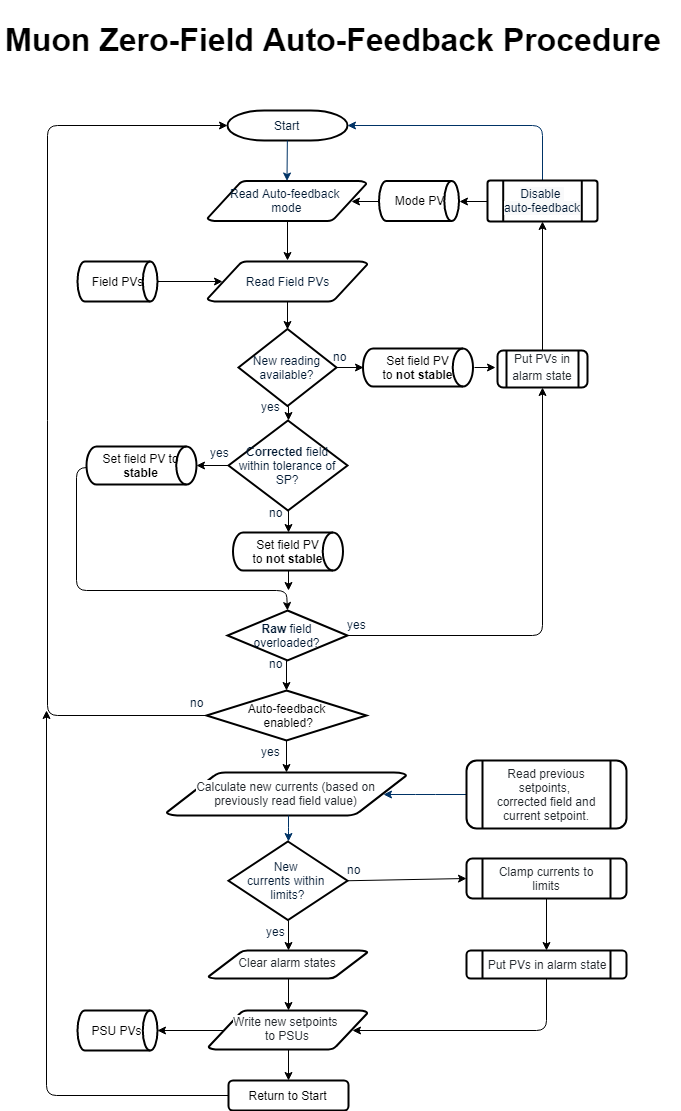
Above: images/Muon_Zero-Field_Auto-Feedback_Procedure_Flowchart.png in ISISComputingGroup/ibex_developers_manual (draw.io), before the change. Source tidied: cells renumbered, new cells last; positions are measured from the earlier drawing's top-left corner, leaving out a move shared by most shapes.
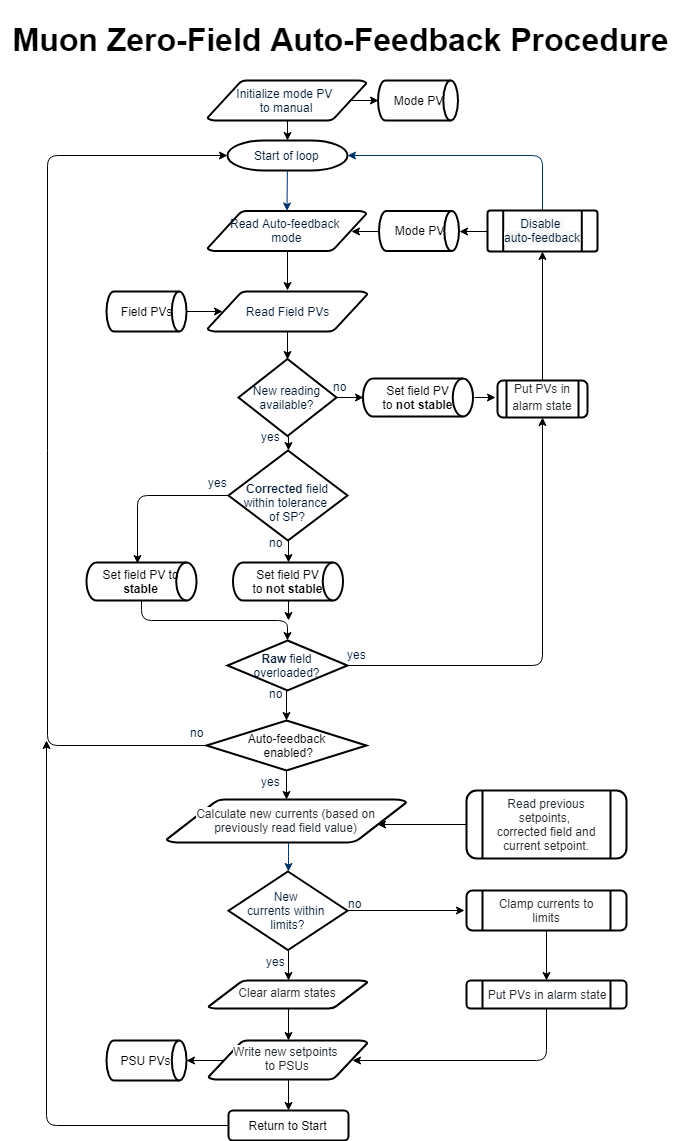
Later version of the same file.

Change to the diagram source:
```diff
@@ -2,7 +2,7 @@
   <root>
     <mxCell id="0" />
     <mxCell id="1" parent="0" />
-    <mxCell id="2" value="Start" style="shape=mxgraph.flowchart.terminator;fillColor=#FFFFFF;strokeColor=#000000;strokeWidth=2;gradientColor=none;gradientDirection=north;fontColor=#001933;fontStyle=0;html=1;" parent="1" vertex="1">
+    <mxCell id="2" value="Start of loop" style="shape=mxgraph.flowchart.terminator;fillColor=#FFFFFF;strokeColor=#000000;strokeWidth=2;gradientColor=none;gradientDirection=north;fontColor=#001933;fontStyle=0;html=1;" parent="1" vertex="1">
       <mxGeometry x="227" y="100" width="120" height="30" as="geometry" />
     </mxCell>
     <mxCell id="3" style="edgeStyle=orthogonalEdgeStyle;rounded=0;jettySize=auto;html=1;exitX=0.5;exitY=1;exitDx=0;exitDy=0;exitPerimeter=0;entryX=0.5;entryY=0;entryDx=0;entryDy=0;entryPerimeter=0;" parent="1" edge="1" source="4" target="56">
@@ -27,16 +27,13 @@
       <mxGeometry x="345" y="600.5" width="20" height="26" as="geometry" />
     </mxCell>
     <mxCell id="10" value="&lt;span style=&quot;background-color: rgb(255 , 255 , 255) ; color: rgb(36 , 41 , 46) ; display: inline ; float: none ; font-family: &amp;#34;helvetica&amp;#34; ; font-size: 12px ; font-style: normal ; font-variant: normal ; font-weight: 400 ; letter-spacing: normal ; text-align: center ; text-decoration: none ; text-indent: 0px ; text-transform: none ; white-space: normal ; word-spacing: 0px&quot;&gt;&lt;font style=&quot;font-size: 12px&quot;&gt;Calculate new currents (based on previously read field value)&lt;br&gt;&lt;/font&gt;&lt;/span&gt;" style="shape=mxgraph.flowchart.data;fillColor=#FFFFFF;strokeColor=#000000;strokeWidth=2;gradientColor=none;gradientDirection=north;fontColor=#001933;fontStyle=0;html=1;whiteSpace=wrap;" parent="1" vertex="1">
-      <mxGeometry x="166" y="762" width="240" height="43" as="geometry" />
+      <mxGeometry x="166" y="759" width="240" height="43" as="geometry" />
     </mxCell>
-    <mxCell id="11" style="edgeStyle=elbowEdgeStyle;elbow=horizontal;fontColor=#001933;fontStyle=1;strokeColor=#003366;strokeWidth=1;html=1;entryX=0.905;entryY=0.5;entryDx=0;entryDy=0;entryPerimeter=0;exitX=0;exitY=0.5;exitDx=0;exitDy=0;" parent="1" edge="1" source="27" target="10">
-      <mxGeometry x="39" y="117" as="geometry" />
-    </mxCell>
     <mxCell id="12" style="edgeStyle=elbowEdgeStyle;elbow=horizontal;entryX=0.5;entryY=0;entryPerimeter=0;fontColor=#001933;fontStyle=1;strokeColor=#003366;strokeWidth=1;html=1;entryDx=0;entryDy=0;" parent="1" edge="1" source="10" target="15">
-      <mxGeometry x="39" y="23" as="geometry" />
+      <mxGeometry x="39" y="43" as="geometry" />
     </mxCell>
     <mxCell id="13" style="edgeStyle=elbowEdgeStyle;elbow=horizontal;exitX=0.5;exitY=0;exitPerimeter=0;entryX=1;entryY=0.5;entryPerimeter=0;fontColor=#001933;fontStyle=1;strokeColor=#003366;strokeWidth=1;html=1;exitDx=0;exitDy=0;entryDx=0;entryDy=0;" parent="1" edge="1" source="23" target="2">
-      <mxGeometry x="40" y="-50" as="geometry">
+      <mxGeometry x="40" y="-30" as="geometry">
         <Array as="points">
           <mxPoint x="542" y="100" />
         </Array>
@@ -45,14 +42,14 @@
     <mxCell id="14" style="edgeStyle=orthogonalEdgeStyle;rounded=1;jettySize=auto;html=1;exitX=0.5;exitY=1;exitDx=0;exitDy=0;exitPerimeter=0;entryX=0.5;entryY=0;entryDx=0;entryDy=0;entryPerimeter=0;fontFamily=Helvetica;" parent="1" edge="1" source="15" target="44">
       <mxGeometry relative="1" as="geometry" />
     </mxCell>
+    <mxCell id="16" style="edgeStyle=orthogonalEdgeStyle;rounded=1;jettySize=auto;html=1;exitX=1;exitY=0.5;exitDx=0;exitDy=0;exitPerimeter=0;entryX=-0.013;entryY=0.501;entryDx=0;entryDy=0;entryPerimeter=0;" parent="1" edge="1" source="15" target="29">
+      <mxGeometry relative="1" as="geometry" />
+    </mxCell>
     <mxCell id="15" value="New&amp;nbsp;&lt;br&gt;currents within&amp;nbsp;&lt;br&gt;limits?" style="shape=mxgraph.flowchart.decision;fillColor=#FFFFFF;strokeColor=#000000;strokeWidth=2;gradientColor=none;gradientDirection=north;fontColor=#001933;fontStyle=0;html=1;" parent="1" vertex="1">
       <mxGeometry x="228" y="831" width="119" height="78.5" as="geometry" />
     </mxCell>
-    <mxCell id="16" style="endArrow=classic;html=1;exitX=1;exitY=0.5;exitDx=0;exitDy=0;exitPerimeter=0;entryX=0;entryY=0.5;entryDx=0;entryDy=0;" parent="1" edge="1" source="15" target="29">
-      <mxGeometry relative="1" as="geometry" />
-    </mxCell>
     <mxCell id="17" value="no" style="text;fontColor=#001933;fontStyle=0;html=1;strokeColor=none;gradientColor=none;fillColor=none;strokeWidth=2;" parent="1" vertex="1">
-      <mxGeometry x="345" y="846" width="21" height="26" as="geometry" />
+      <mxGeometry x="346" y="850" width="21" height="26" as="geometry" />
     </mxCell>
     <mxCell id="18" value="yes" style="text;fontColor=#001933;fontStyle=0;html=1;strokeColor=none;gradientColor=none;fillColor=none;strokeWidth=2;" parent="1" vertex="1">
       <mxGeometry x="263.5" y="908" width="19" height="26" as="geometry" />
@@ -83,6 +80,9 @@
     <mxCell id="26" value="Return to Start" style="rounded=1;whiteSpace=wrap;html=1;strokeWidth=2;" parent="1" vertex="1">
       <mxGeometry x="228" y="1070" width="120" height="30" as="geometry" />
     </mxCell>
+    <mxCell id="11" style="edgeStyle=orthogonalEdgeStyle;rounded=1;jettySize=auto;html=1;exitX=0;exitY=0.5;exitDx=0;exitDy=0;entryX=0.881;entryY=0.589;entryDx=0;entryDy=0;entryPerimeter=0;" parent="1" edge="1" source="27" target="10">
+      <mxGeometry relative="1" as="geometry" />
+    </mxCell>
     <mxCell id="27" value="&lt;span style=&quot;text-align: center ; color: rgb(36 , 41 , 46) ; text-transform: none ; text-indent: 0px ; letter-spacing: normal ; font-style: normal ; font-variant: normal ; font-weight: 400 ; text-decoration: none ; word-spacing: 0px ; display: inline ; white-space: normal ; float: none ; background-color: rgb(255 , 255 , 255)&quot;&gt;Read previous setpoints,&amp;nbsp;&lt;/span&gt;&lt;br style=&quot;text-align: center ; color: rgb(36 , 41 , 46) ; text-transform: none ; text-indent: 0px ; letter-spacing: normal ; font-style: normal ; font-variant: normal ; font-weight: 400 ; text-decoration: none ; word-spacing: 0px ; white-space: normal&quot;&gt;&lt;span style=&quot;text-align: center ; color: rgb(36 , 41 , 46) ; text-transform: none ; text-indent: 0px ; letter-spacing: normal ; font-style: normal ; font-variant: normal ; font-weight: 400 ; text-decoration: none ; word-spacing: 0px ; display: inline ; white-space: normal ; float: none ; background-color: rgb(255 , 255 , 255)&quot;&gt;corrected field and current setpoint.&lt;/span&gt;" style="shape=process;whiteSpace=wrap;html=1;backgroundOutline=1;strokeWidth=2;rounded=1;" parent="1" vertex="1">
       <mxGeometry x="466" y="750" width="160" height="68" as="geometry" />
     </mxCell>
@@ -90,10 +90,10 @@
       <mxGeometry relative="1" as="geometry" />
     </mxCell>
     <mxCell id="29" value="&lt;span style=&quot;background-color: rgb(255 , 255 , 255) ; color: rgb(36 , 41 , 46) ; display: inline ; float: none ; font-family: &amp;#34;helvetica&amp;#34; ; font-size: 12px ; font-style: normal ; font-variant: normal ; font-weight: 400 ; letter-spacing: normal ; text-align: center ; text-decoration: none ; text-indent: 0px ; text-transform: none ; white-space: normal ; word-spacing: 0px&quot;&gt;&lt;font style=&quot;font-size: 12px&quot;&gt;Clamp currents to limits&lt;br&gt;&lt;/font&gt;&lt;/span&gt;" style="shape=process;whiteSpace=wrap;html=1;backgroundOutline=1;rounded=1;strokeWidth=2;" parent="1" vertex="1">
-      <mxGeometry x="466" y="848" width="160" height="40" as="geometry" />
+      <mxGeometry x="466" y="850" width="160" height="40" as="geometry" />
     </mxCell>
-    <mxCell id="30" value="&lt;h1 style=&quot;font-size: 32px&quot;&gt;Muon Zero-Field Auto-Feedback Procedure&lt;br&gt;&lt;/h1&gt;" style="text;html=1;strokeColor=none;fillColor=none;spacing=5;spacingTop=-20;whiteSpace=wrap;overflow=hidden;rounded=0;" parent="1" vertex="1">
-      <mxGeometry width="680" height="60" as="geometry" />
+    <mxCell id="30" value="&lt;h1 style=&quot;font-size: 32px&quot;&gt;Muon Zero-Field Auto-Feedback Procedure&lt;br&gt;&lt;/h1&gt;" style="text;html=1;strokeColor=none;fillColor=none;spacing=5;spacingTop=-25;whiteSpace=wrap;overflow=hidden;rounded=0;labelPosition=center;verticalLabelPosition=middle;align=center;verticalAlign=middle;" parent="1" vertex="1">
+      <mxGeometry y="-20" width="680" height="50" as="geometry" />
     </mxCell>
     <mxCell id="31" style="edgeStyle=orthogonalEdgeStyle;rounded=0;jettySize=auto;html=1;exitX=0.5;exitY=1;exitDx=0;exitDy=0;exitPerimeter=0;entryX=0.5;entryY=0;entryDx=0;entryDy=0;entryPerimeter=0;" parent="1" edge="1" source="32" target="10">
       <mxGeometry relative="1" as="geometry" />
@@ -123,19 +123,17 @@
         </Array>
       </mxGeometry>
     </mxCell>
-    <mxCell id="38" style="edgeStyle=orthogonalEdgeStyle;rounded=0;jettySize=auto;html=1;" parent="1" edge="1" source="40">
-      <mxGeometry relative="1" as="geometry">
-        <mxPoint x="196" y="455" as="targetPoint" />
-      </mxGeometry>
-    </mxCell>
     <mxCell id="39" style="edgeStyle=orthogonalEdgeStyle;rounded=1;jettySize=auto;html=1;exitX=0.5;exitY=1;exitDx=0;exitDy=0;exitPerimeter=0;entryX=0.5;entryY=0;entryDx=0;entryDy=0;entryPerimeter=0;" parent="1" edge="1" source="40" target="63">
       <mxGeometry relative="1" as="geometry" />
     </mxCell>
+    <mxCell id="65" style="edgeStyle=orthogonalEdgeStyle;rounded=1;jettySize=auto;html=1;exitX=0;exitY=0.5;exitDx=0;exitDy=0;exitPerimeter=0;entryX=0.463;entryY=0.015;entryDx=0;entryDy=0;entryPerimeter=0;" parent="1" edge="1" source="40" target="64">
+      <mxGeometry relative="1" as="geometry" />
+    </mxCell>
-    <mxCell id="40" value="&lt;b&gt;Corrected&lt;/b&gt; field within tolerance of SP?" style="shape=mxgraph.flowchart.decision;fillColor=#FFFFFF;strokeColor=#000000;strokeWidth=2;gradientColor=none;gradientDirection=north;fontColor=#001933;fontStyle=0;html=1;whiteSpace=wrap;" parent="1" vertex="1">
+    <mxCell id="40" value="&lt;b&gt;&lt;br&gt;Corrected&lt;/b&gt; field within tolerance &lt;br&gt;of SP?" style="shape=mxgraph.flowchart.decision;fillColor=#FFFFFF;strokeColor=#000000;strokeWidth=2;gradientColor=none;gradientDirection=north;fontColor=#001933;fontStyle=0;html=1;whiteSpace=wrap;" parent="1" vertex="1">
       <mxGeometry x="228" y="410" width="119" height="90" as="geometry" />
     </mxCell>
     <mxCell id="41" value="yes" style="text;fontColor=#001933;fontStyle=0;html=1;strokeColor=none;gradientColor=none;fillColor=none;strokeWidth=2;" parent="1" vertex="1">
-      <mxGeometry x="208" y="429" width="26" height="26" as="geometry" />
+      <mxGeometry x="206" y="429" width="26" height="26" as="geometry" />
     </mxCell>
     <mxCell id="42" value="no" style="text;fontColor=#001933;fontStyle=0;html=1;strokeColor=none;gradientColor=none;fillColor=none;strokeWidth=2;" parent="1" vertex="1">
       <mxGeometry x="267" y="489" width="17" height="26" as="geometry" />
@@ -146,16 +144,6 @@
     <mxCell id="44" value="&lt;span style=&quot;text-align: center; color: rgb(36, 41, 46); text-transform: none; text-indent: 0px; letter-spacing: normal; font-style: normal; font-variant: normal; font-weight: 400; text-decoration: none; word-spacing: 0px; display: inline; white-space: normal; float: none; background-color: rgb(255, 255, 255);&quot;&gt;&lt;font style=&quot;font-size: 12px&quot;&gt;&lt;span style=&quot;text-align: center; color: rgb(36, 41, 46); text-transform: none; text-indent: 0px; letter-spacing: normal; font-style: normal; font-variant: normal; font-weight: 400; text-decoration: none; word-spacing: 0px; display: inline; white-space: normal; float: none; background-color: rgb(255, 255, 255);&quot;&gt;Clear alarm states&lt;/span&gt;&lt;b&gt;&lt;i&gt;&lt;u&gt;&lt;sub&gt;&lt;sup&gt;&lt;strike&gt;&lt;br&gt;&lt;/strike&gt;&lt;/sup&gt;&lt;/sub&gt;&lt;/u&gt;&lt;/i&gt;&lt;/b&gt;&lt;/font&gt;&lt;/span&gt;" style="shape=mxgraph.flowchart.data;fillColor=#FFFFFF;strokeColor=#000000;strokeWidth=2;gradientColor=none;gradientDirection=north;fontColor=#001933;fontStyle=0;html=1;whiteSpace=wrap;fontFamily=Helvetica;" parent="1" vertex="1">
       <mxGeometry x="208" y="940" width="159" height="28" as="geometry" />
     </mxCell>
-    <mxCell id="45" style="edgeStyle=orthogonalEdgeStyle;rounded=1;jettySize=auto;html=1;exitX=0;exitY=0.5;exitDx=0;exitDy=0;exitPerimeter=0;entryX=0.5;entryY=0;entryDx=0;entryDy=0;entryPerimeter=0;" parent="1" edge="1" target="7">
-      <mxGeometry relative="1" as="geometry">
-        <mxPoint x="96" y="457" as="sourcePoint" />
-        <Array as="points">
-          <mxPoint x="76" y="457" />
-          <mxPoint x="76" y="580" />
-          <mxPoint x="286" y="580" />
-        </Array>
-      </mxGeometry>
-    </mxCell>
     <mxCell id="46" style="edgeStyle=orthogonalEdgeStyle;rounded=1;jettySize=auto;html=1;exitX=0.5;exitY=1;exitDx=0;exitDy=0;fontFamily=Helvetica;entryX=0.905;entryY=0.5;entryDx=0;entryDy=0;entryPerimeter=0;" parent="1" edge="1" source="47" target="21">
       <mxGeometry relative="1" as="geometry">
         <Array as="points">
@@ -170,7 +158,7 @@
       <mxGeometry relative="1" as="geometry" />
     </mxCell>
     <mxCell id="49" value="Field PVs" style="strokeWidth=2;html=1;shape=mxgraph.flowchart.direct_data;whiteSpace=wrap;rounded=1;fontFamily=Helvetica;" parent="1" vertex="1">
-      <mxGeometry x="77" y="251" width="80" height="40" as="geometry" />
+      <mxGeometry x="106" y="251" width="80" height="40" as="geometry" />
     </mxCell>
     <mxCell id="50" style="edgeStyle=orthogonalEdgeStyle;rounded=0;jettySize=auto;html=1;exitX=0;exitY=0.5;exitDx=0;exitDy=0;exitPerimeter=0;entryX=0.905;entryY=0.5;entryDx=0;entryDy=0;entryPerimeter=0;" parent="1" edge="1" source="51" target="36">
       <mxGeometry relative="1" as="geometry" />
@@ -207,7 +195,7 @@
       </mxGeometry>
     </mxCell>
     <mxCell id="60" value="PSU PVs" style="strokeWidth=2;html=1;shape=mxgraph.flowchart.direct_data;whiteSpace=wrap;rounded=1;fontFamily=Helvetica;" parent="1" vertex="1">
-      <mxGeometry x="77" y="1000" width="80" height="40" as="geometry" />
+      <mxGeometry x="106" y="1000" width="80" height="40" as="geometry" />
     </mxCell>
     <mxCell id="61" value="&lt;span style=&quot;font-family: &amp;#34;helvetica&amp;#34; ; line-height: 1.2 ; overflow-wrap: normal&quot;&gt;Set field PV to&amp;nbsp;&lt;/span&gt;&lt;b&gt;&lt;span style=&quot;font-family: &amp;#34;helvetica&amp;#34; ; line-height: 1.2 ; overflow-wrap: normal&quot;&gt;not&amp;nbsp;&lt;/span&gt;&lt;span style=&quot;font-family: &amp;#34;helvetica&amp;#34; ; line-height: 1.2 ; overflow-wrap: normal&quot;&gt;stable&lt;/span&gt;&lt;/b&gt;" style="strokeWidth=2;html=1;shape=mxgraph.flowchart.direct_data;rounded=1;fontFamily=Helvetica;whiteSpace=wrap;" parent="1" vertex="1">
       <mxGeometry x="362.5" y="338" width="110" height="38" as="geometry" />
@@ -220,8 +208,23 @@
     <mxCell id="63" value="&lt;span style=&quot;font-family: &amp;#34;helvetica&amp;#34; ; line-height: 1.2 ; overflow-wrap: normal&quot;&gt;Set field PV to&amp;nbsp;&lt;/span&gt;&lt;b&gt;&lt;span style=&quot;font-family: &amp;#34;helvetica&amp;#34; ; line-height: 1.2 ; overflow-wrap: normal&quot;&gt;not&amp;nbsp;&lt;/span&gt;&lt;span style=&quot;font-family: &amp;#34;helvetica&amp;#34; ; line-height: 1.2 ; overflow-wrap: normal&quot;&gt;stable&lt;/span&gt;&lt;/b&gt;" style="strokeWidth=2;html=1;shape=mxgraph.flowchart.direct_data;rounded=1;fontFamily=Helvetica;whiteSpace=wrap;" parent="1" vertex="1">
       <mxGeometry x="232.5" y="522" width="110" height="38" as="geometry" />
     </mxCell>
+    <mxCell id="66" style="edgeStyle=orthogonalEdgeStyle;rounded=1;jettySize=auto;html=1;exitX=0.5;exitY=1;exitDx=0;exitDy=0;exitPerimeter=0;entryX=0.5;entryY=0;entryDx=0;entryDy=0;entryPerimeter=0;" parent="1" edge="1" source="64" target="7">
+      <mxGeometry relative="1" as="geometry" />
+    </mxCell>
     <mxCell id="64" value="&lt;span style=&quot;font-family: &amp;#34;helvetica&amp;#34; ; line-height: 1.2 ; overflow-wrap: normal&quot;&gt;Set field PV to &lt;b&gt;s&lt;/b&gt;&lt;/span&gt;&lt;span style=&quot;font-family: &amp;#34;helvetica&amp;#34; ; line-height: 1.2 ; overflow-wrap: normal&quot;&gt;&lt;b&gt;table&lt;/b&gt;&lt;/span&gt;" style="strokeWidth=2;html=1;shape=mxgraph.flowchart.direct_data;rounded=1;fontFamily=Helvetica;whiteSpace=wrap;" parent="1" vertex="1">
-      <mxGeometry x="86" y="436" width="110" height="38" as="geometry" />
+      <mxGeometry x="86" y="522" width="110" height="38" as="geometry" />
     </mxCell>
+    <mxCell id="67" value="Mode PV" style="strokeWidth=2;html=1;shape=mxgraph.flowchart.direct_data;whiteSpace=wrap;rounded=1;fontFamily=Helvetica;" parent="1" vertex="1">
+      <mxGeometry x="377.5" y="40" width="80" height="40" as="geometry" />
+    </mxCell>
+    <mxCell id="68" style="edgeStyle=orthogonalEdgeStyle;rounded=0;jettySize=auto;html=1;exitX=0.905;exitY=0.5;exitDx=0;exitDy=0;exitPerimeter=0;entryX=0;entryY=0.5;entryDx=0;entryDy=0;entryPerimeter=0;" parent="1" edge="1" source="70" target="67">
+      <mxGeometry relative="1" as="geometry" />
+    </mxCell>
+    <mxCell id="69" style="edgeStyle=orthogonalEdgeStyle;rounded=0;jettySize=auto;html=1;exitX=0.5;exitY=1;exitDx=0;exitDy=0;exitPerimeter=0;entryX=0.5;entryY=0;entryDx=0;entryDy=0;entryPerimeter=0;" parent="1" edge="1" source="70" target="2">
+      <mxGeometry relative="1" as="geometry" />
+    </mxCell>
+    <mxCell id="70" value="Initialize mode PV &lt;br&gt;to manual" style="shape=mxgraph.flowchart.data;fillColor=#FFFFFF;strokeColor=#000000;strokeWidth=2;gradientColor=none;gradientDirection=north;fontColor=#001933;fontStyle=0;html=1;whiteSpace=wrap;" parent="1" vertex="1">
+      <mxGeometry x="207" y="40" width="159" height="40" as="geometry" />
+    </mxCell>
   </root>
 </mxGraphModel>
```
